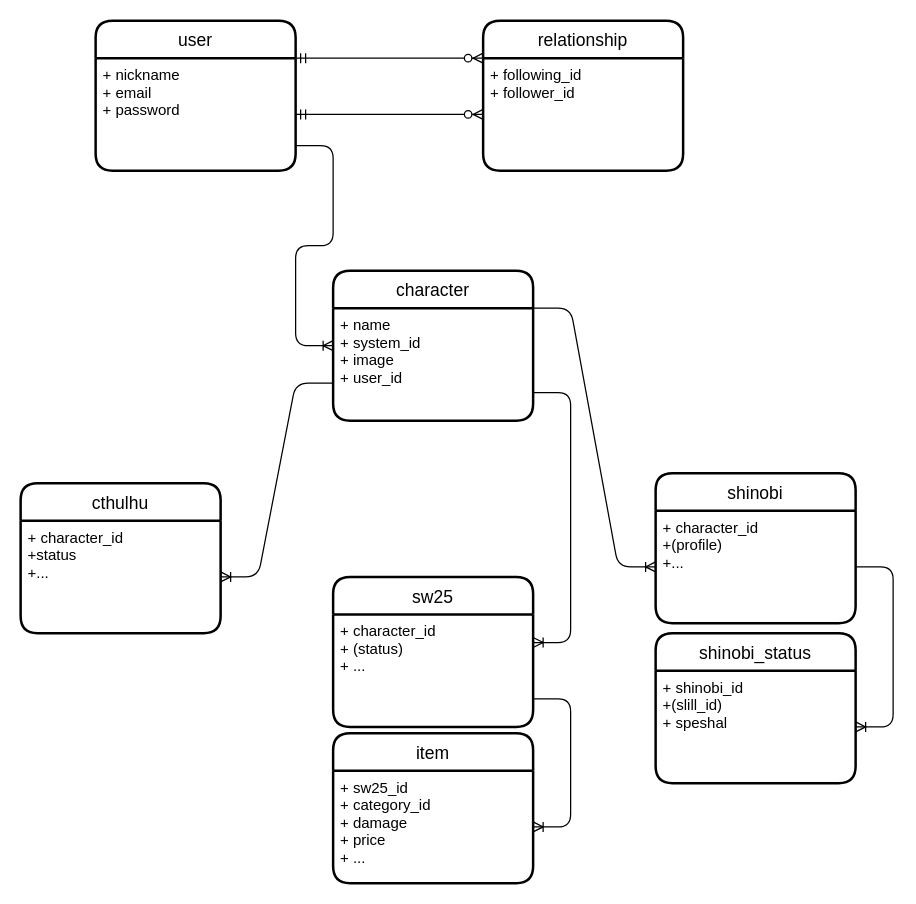
This is charafile.dio from windcalm666/charafile, a draw.io file, before an edit. Source tidied: cells renumbered, new cells numbered last; positions are measured from the earlier drawing's top-left corner, leaving out a move shared by most shapes. Both pictures are drawn from the tidied source at 125%, with x=0, y=0 at pixel (20, 20).
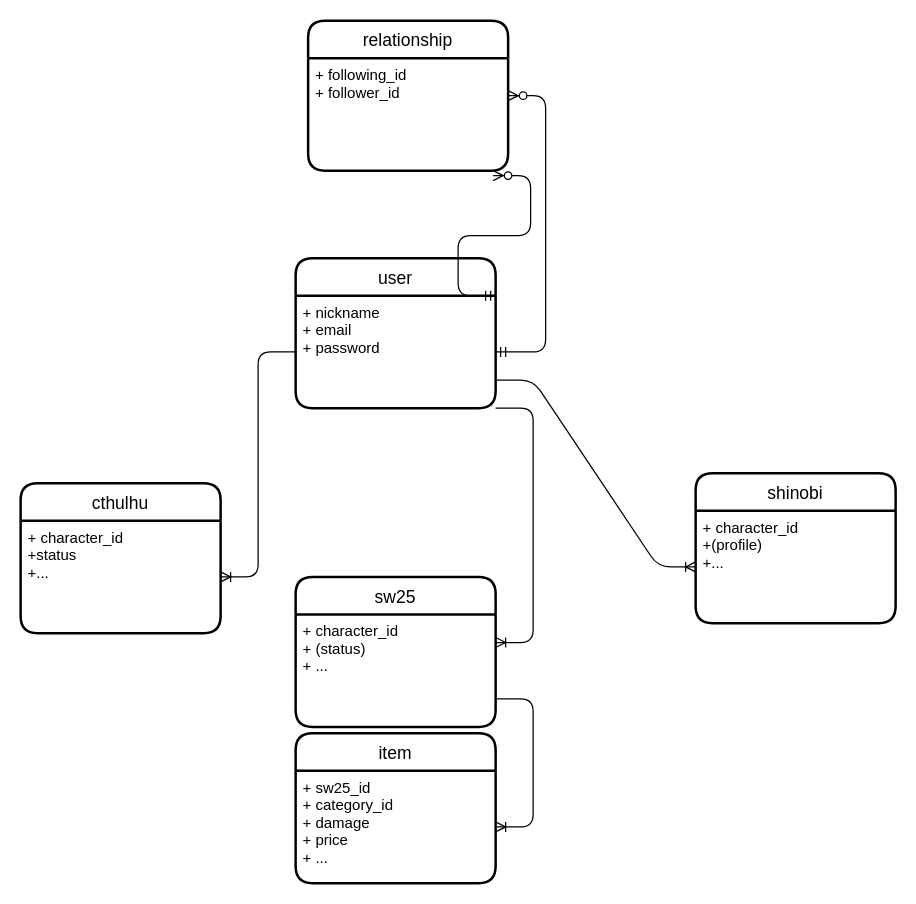
The same diagram, later.

Unchanged cells that the change refers to:
```xml
<mxCell id="3" value="+ nickname&#10;+ email&#10;+ password" style="align=left;strokeColor=none;fillColor=none;spacingLeft=4;fontSize=12;verticalAlign=top;" parent="2" vertex="1">
  <mxGeometry y="30" width="160" height="90" as="geometry" />
</mxCell>
<mxCell id="7" value="+ character_id&#10;+status&#10;+..." style="align=left;strokeColor=none;fillColor=none;spacingLeft=4;fontSize=12;verticalAlign=top;" parent="6" vertex="1">
  <mxGeometry y="30" width="160" height="90" as="geometry" />
</mxCell>
<mxCell id="9" value="+ character_id&#10;+ (status)&#10;+ ..." style="align=left;strokeColor=none;fillColor=none;spacingLeft=4;fontSize=12;verticalAlign=top;" parent="8" vertex="1">
  <mxGeometry y="30" width="160" height="90" as="geometry" />
</mxCell>
<mxCell id="11" value="+ character_id&#10;+(profile)&#10;+..." style="align=left;strokeColor=none;fillColor=none;spacingLeft=4;fontSize=12;verticalAlign=top;" parent="10" vertex="1">
  <mxGeometry y="30" width="160" height="90" as="geometry" />
</mxCell>
<mxCell id="13" value="+ following_id&#10;+ follower_id" style="align=left;strokeColor=none;fillColor=none;spacingLeft=4;fontSize=12;verticalAlign=top;" parent="12" vertex="1">
  <mxGeometry y="30" width="160" height="90" as="geometry" />
</mxCell>
```

The edit, as a diff of the source:
```diff
@@
     <mxCell id="2" value="user" style="swimlane;horizontal=1;startSize=30;rounded=1;fontSize=14;fontStyle=0;strokeWidth=2;shadow=0;dashed=0;align=center;" parent="1" vertex="1">
-      <mxGeometry x="60" width="160" height="120" as="geometry" />
+      <mxGeometry x="220" y="190" width="160" height="120" as="geometry" />
     </mxCell>
@@
-    <mxCell id="4" value="character" style="swimlane;horizontal=1;startSize=30;rounded=1;fontSize=14;fontStyle=0;strokeWidth=2;shadow=0;dashed=0;align=center;" parent="1" vertex="1">
-      <mxGeometry x="250" y="200" width="160" height="120" as="geometry" />
-    </mxCell>
-    <mxCell id="5" value="+ name&#10;+ system_id&#10;+ image&#10;+ user_id" style="align=left;strokeColor=none;fillColor=none;spacingLeft=4;fontSize=12;verticalAlign=top;" parent="4" vertex="1">
-      <mxGeometry y="30" width="160" height="90" as="geometry" />
-    </mxCell>
@@
     <mxCell id="8" value="sw25" style="swimlane;horizontal=1;startSize=30;rounded=1;fontSize=14;fontStyle=0;strokeWidth=2;shadow=0;dashed=0;align=center;" parent="1" vertex="1">
-      <mxGeometry x="250" y="445" width="160" height="120" as="geometry" />
+      <mxGeometry x="220" y="445" width="160" height="120" as="geometry" />
     </mxCell>
@@
     <mxCell id="10" value="shinobi" style="swimlane;horizontal=1;startSize=30;rounded=1;fontSize=14;fontStyle=0;strokeWidth=2;shadow=0;dashed=0;align=center;" parent="1" vertex="1">
-      <mxGeometry x="508" y="362" width="160" height="120" as="geometry" />
+      <mxGeometry x="540" y="362" width="160" height="120" as="geometry" />
     </mxCell>
@@
     <mxCell id="12" value="relationship" style="swimlane;horizontal=1;startSize=30;rounded=1;fontSize=14;fontStyle=0;strokeWidth=2;shadow=0;dashed=0;align=center;" parent="1" vertex="1">
-      <mxGeometry x="370" width="160" height="120" as="geometry" />
+      <mxGeometry x="230" width="160" height="120" as="geometry" />
     </mxCell>
@@
-    <mxCell id="14" style="edgeStyle=entityRelationEdgeStyle;fontSize=12;html=1;endArrow=ERoneToMany;entryX=0;entryY=0.5;entryDx=0;entryDy=0;" parent="1" edge="1" target="4">
-      <mxGeometry relative="1" as="geometry">
-        <mxPoint x="220" y="100" as="sourcePoint" />
-      </mxGeometry>
-    </mxCell>
-    <mxCell id="15" style="edgeStyle=entityRelationEdgeStyle;fontSize=12;html=1;endArrow=ERzeroToMany;startArrow=ERmandOne;exitX=1;exitY=0;exitDx=0;exitDy=0;entryX=0;entryY=0.25;entryDx=0;entryDy=0;" parent="1" edge="1" source="3" target="12">
+    <mxCell id="15" style="edgeStyle=entityRelationEdgeStyle;fontSize=12;html=1;endArrow=ERzeroToMany;startArrow=ERmandOne;exitX=1;exitY=0;exitDx=0;exitDy=0;entryX=0.925;entryY=1.044;entryDx=0;entryDy=0;entryPerimeter=0;" parent="1" edge="1" source="3" target="13">
       <mxGeometry relative="1" as="geometry" />
     </mxCell>
-    <mxCell id="16" style="edgeStyle=entityRelationEdgeStyle;fontSize=12;html=1;endArrow=ERoneToMany;exitX=0;exitY=0.75;exitDx=0;exitDy=0;" parent="1" edge="1" source="4" target="7">
-      <mxGeometry relative="1" as="geometry" />
-    </mxCell>
-    <mxCell id="17" style="edgeStyle=entityRelationEdgeStyle;fontSize=12;html=1;endArrow=ERoneToMany;entryX=1;entryY=0.25;entryDx=0;entryDy=0;exitX=1;exitY=0.75;exitDx=0;exitDy=0;" parent="1" edge="1" source="5" target="9">
+    <mxCell id="17" style="edgeStyle=entityRelationEdgeStyle;fontSize=12;html=1;endArrow=ERoneToMany;entryX=1;entryY=0.25;entryDx=0;entryDy=0;exitX=1;exitY=1;exitDx=0;exitDy=0;" parent="1" edge="1" source="3" target="9">
       <mxGeometry relative="1" as="geometry" />
     </mxCell>
-    <mxCell id="18" style="edgeStyle=entityRelationEdgeStyle;fontSize=12;html=1;endArrow=ERoneToMany;exitX=1;exitY=0;exitDx=0;exitDy=0;entryX=0;entryY=0.5;entryDx=0;entryDy=0;" parent="1" edge="1" source="5" target="11">
+    <mxCell id="18" style="edgeStyle=entityRelationEdgeStyle;fontSize=12;html=1;endArrow=ERoneToMany;exitX=1;exitY=0.75;exitDx=0;exitDy=0;entryX=0;entryY=0.5;entryDx=0;entryDy=0;" parent="1" edge="1" source="3" target="11">
       <mxGeometry relative="1" as="geometry" />
     </mxCell>
     <mxCell id="19" value="item" style="swimlane;horizontal=1;startSize=30;rounded=1;fontSize=14;fontStyle=0;strokeWidth=2;shadow=0;dashed=0;align=center;" parent="1" vertex="1">
-      <mxGeometry x="250" y="570" width="160" height="120" as="geometry" />
+      <mxGeometry x="220" y="570" width="160" height="120" as="geometry" />
     </mxCell>
@@
-    <mxCell id="22" value="shinobi_status" style="swimlane;horizontal=1;startSize=30;rounded=1;fontSize=14;fontStyle=0;strokeWidth=2;shadow=0;dashed=0;align=center;" parent="1" vertex="1">
-      <mxGeometry x="508" y="490" width="160" height="120" as="geometry" />
-    </mxCell>
-    <mxCell id="23" value="+ shinobi_id&#10;+(slill_id)&#10;+ speshal" style="align=left;strokeColor=none;fillColor=none;spacingLeft=4;fontSize=12;verticalAlign=top;" parent="22" vertex="1">
-      <mxGeometry y="30" width="160" height="90" as="geometry" />
-    </mxCell>
-    <mxCell id="24" style="edgeStyle=entityRelationEdgeStyle;fontSize=12;html=1;endArrow=ERoneToMany;exitX=1;exitY=0.5;exitDx=0;exitDy=0;entryX=1;entryY=0.5;entryDx=0;entryDy=0;" parent="1" edge="1" source="11" target="23">
-      <mxGeometry relative="1" as="geometry" />
-    </mxCell>
-    <mxCell id="25" style="edgeStyle=entityRelationEdgeStyle;fontSize=12;html=1;endArrow=ERzeroToMany;startArrow=ERmandOne;exitX=1;exitY=0.5;exitDx=0;exitDy=0;entryX=0;entryY=0.5;entryDx=0;entryDy=0;" parent="1" edge="1" source="3" target="13">
+    <mxCell id="25" style="edgeStyle=entityRelationEdgeStyle;fontSize=12;html=1;endArrow=ERzeroToMany;startArrow=ERmandOne;exitX=1;exitY=0.5;exitDx=0;exitDy=0;" parent="1" edge="1" source="3" target="12">
       <mxGeometry relative="1" as="geometry" />
     </mxCell>
+    <mxCell id="26" style="edgeStyle=entityRelationEdgeStyle;fontSize=12;html=1;endArrow=ERoneToMany;exitX=0;exitY=0.5;exitDx=0;exitDy=0;" parent="1" edge="1" source="3" target="7">
+      <mxGeometry relative="1" as="geometry" />
+    </mxCell>
```
